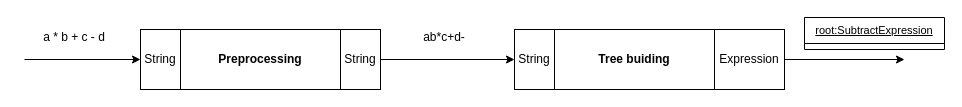
The draw.io diagram suko.drawio in mokira3d48/suko, before the edit. Source tidied: cells renumbered, new cells numbered last; positions are measured from the earlier drawing's top-left corner, leaving out a move shared by most shapes. Both pictures are drawn from the tidied source at 100%, with x=0, y=0 at pixel (24, 17).
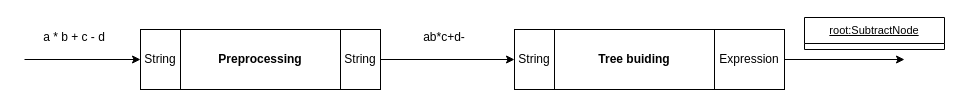
The same page after the edit.

What changed in the source:
```diff
@@
 <mxGraphModel>
   <root>
     <mxCell id="0" />
     <mxCell id="1" parent="0" />
     <mxCell id="2" style="endArrow=classic;html=1;rounded=0;entryX=0;entryY=0.5;entryDx=0;entryDy=0;" parent="1" edge="1" target="9">
       <mxGeometry relative="1" as="geometry">
         <mxPoint y="42" as="sourcePoint" />
       </mxGeometry>
     </mxCell>
     <mxCell id="3" style="endArrow=classic;html=1;rounded=0;entryX=0;entryY=0.5;entryDx=0;entryDy=0;exitX=1;exitY=0.5;exitDx=0;exitDy=0;" parent="1" edge="1" source="10" target="13">
       <mxGeometry relative="1" as="geometry" />
     </mxCell>
     <mxCell id="4" style="endArrow=classic;html=1;rounded=0;exitX=1;exitY=0.5;exitDx=0;exitDy=0;" parent="1" edge="1" source="14">
       <mxGeometry relative="1" as="geometry">
         <mxPoint x="880" y="42" as="targetPoint" />
       </mxGeometry>
     </mxCell>
     <mxCell id="5" value="a * b + c - d" style="text;html=1;strokeColor=none;fillColor=none;align=center;verticalAlign=middle;whiteSpace=wrap;rounded=0;" parent="1" vertex="1">
       <mxGeometry x="10" y="5" width="80" height="30" as="geometry" />
     </mxCell>
     <mxCell id="6" value="ab*c+d-" style="text;html=1;strokeColor=none;fillColor=none;align=center;verticalAlign=middle;whiteSpace=wrap;rounded=0;" parent="1" vertex="1">
       <mxGeometry x="380" y="5" width="80" height="30" as="geometry" />
     </mxCell>
     <mxCell id="7" style="group;" parent="1" vertex="1">
       <mxGeometry x="116" y="12" width="240" height="60" as="geometry" />
     </mxCell>
     <mxCell id="8" value="&lt;b&gt;Preprocessing&lt;/b&gt;" style="rounded=0;whiteSpace=wrap;html=1;" parent="7" vertex="1">
       <mxGeometry x="40" width="160" height="60" as="geometry" />
     </mxCell>
     <mxCell id="9" value="String" style="rounded=0;whiteSpace=wrap;html=1;" parent="7" vertex="1">
       <mxGeometry width="40" height="60" as="geometry" />
     </mxCell>
     <mxCell id="10" value="String" style="rounded=0;whiteSpace=wrap;html=1;" parent="7" vertex="1">
       <mxGeometry x="200" width="40" height="60" as="geometry" />
     </mxCell>
     <mxCell id="11" style="group;" parent="1" vertex="1">
       <mxGeometry x="490" y="12" width="270" height="60" as="geometry" />
     </mxCell>
     <mxCell id="12" value="&lt;b&gt;Tree buiding&lt;/b&gt;" style="rounded=0;whiteSpace=wrap;html=1;" parent="11" vertex="1">
       <mxGeometry x="40" width="160" height="60" as="geometry" />
     </mxCell>
     <mxCell id="13" value="String" style="rounded=0;whiteSpace=wrap;html=1;" parent="11" vertex="1">
       <mxGeometry width="40" height="60" as="geometry" />
     </mxCell>
     <mxCell id="14" value="Expression" style="rounded=0;whiteSpace=wrap;html=1;" parent="11" vertex="1">
       <mxGeometry x="200" width="70" height="60" as="geometry" />
     </mxCell>
-    <mxCell id="15" value="&lt;font size=&quot;1&quot; style=&quot;&quot;&gt;&lt;u style=&quot;font-size: 11px;&quot;&gt;root:SubtractExpression&lt;/u&gt;&lt;/font&gt;" style="swimlane;fontStyle=0;horizontal=1;startSize=26;fillColor=none;whiteSpace=wrap;html=1;" parent="1" vertex="1">
+    <mxCell id="15" value="&lt;font size=&quot;1&quot; style=&quot;&quot;&gt;&lt;u style=&quot;font-size: 11px;&quot;&gt;root:SubtractNode&lt;/u&gt;&lt;/font&gt;" style="swimlane;fontStyle=0;horizontal=1;startSize=26;fillColor=none;whiteSpace=wrap;html=1;" parent="1" vertex="1">
       <mxGeometry x="780" width="140" height="32" as="geometry" />
     </mxCell>
   </root>
 </mxGraphModel>
```
